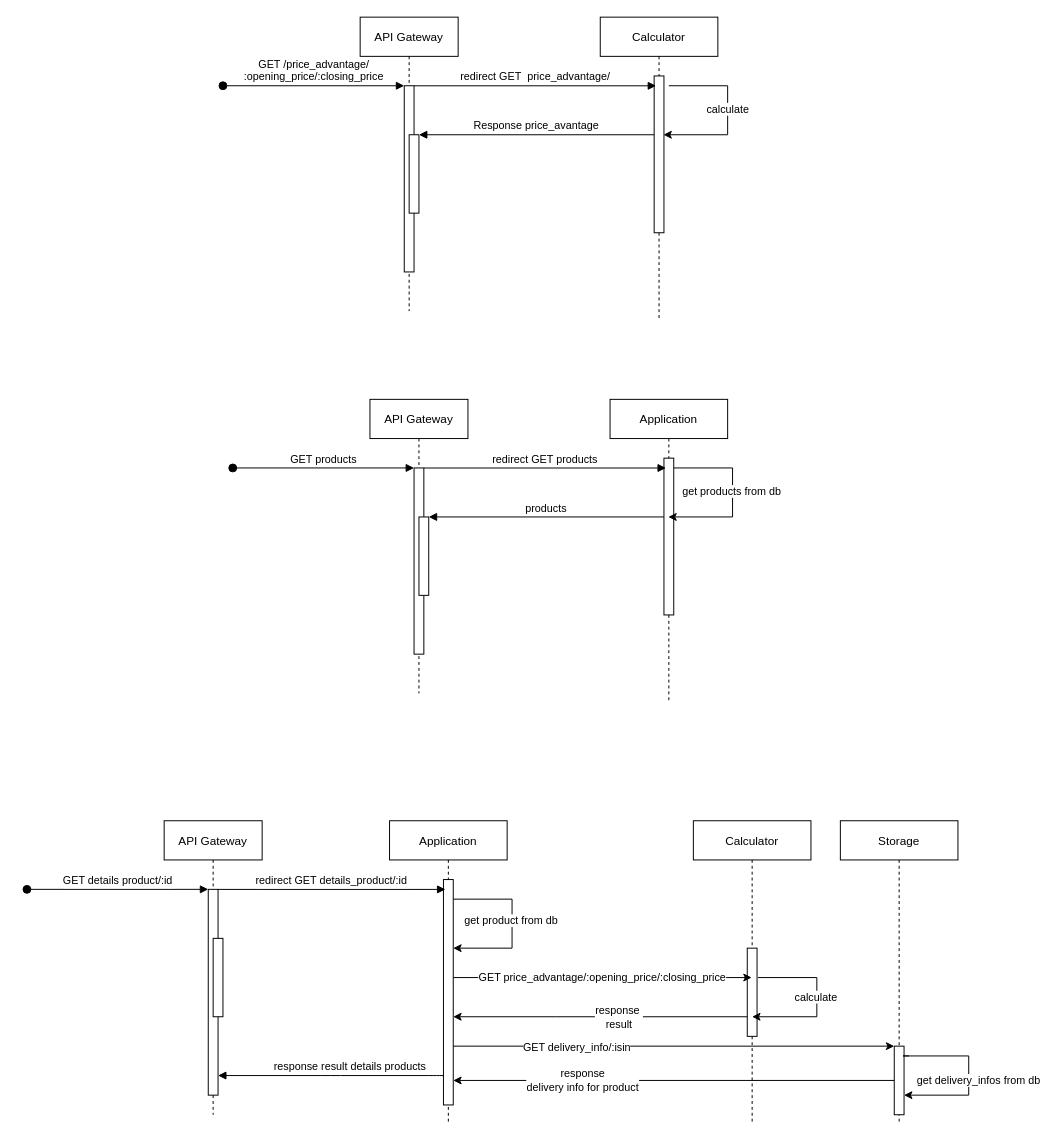
The draw.io diagram kbe_sequence_diagram.drawio in KBE-Project/diagrams, before the edit. Source tidied: cells renumbered, new cells numbered last; positions are measured from the earlier drawing's top-left corner, leaving out a move shared by most shapes. Both pictures are drawn from the tidied source at 98%, with x=0, y=0 at pixel (26, 17).
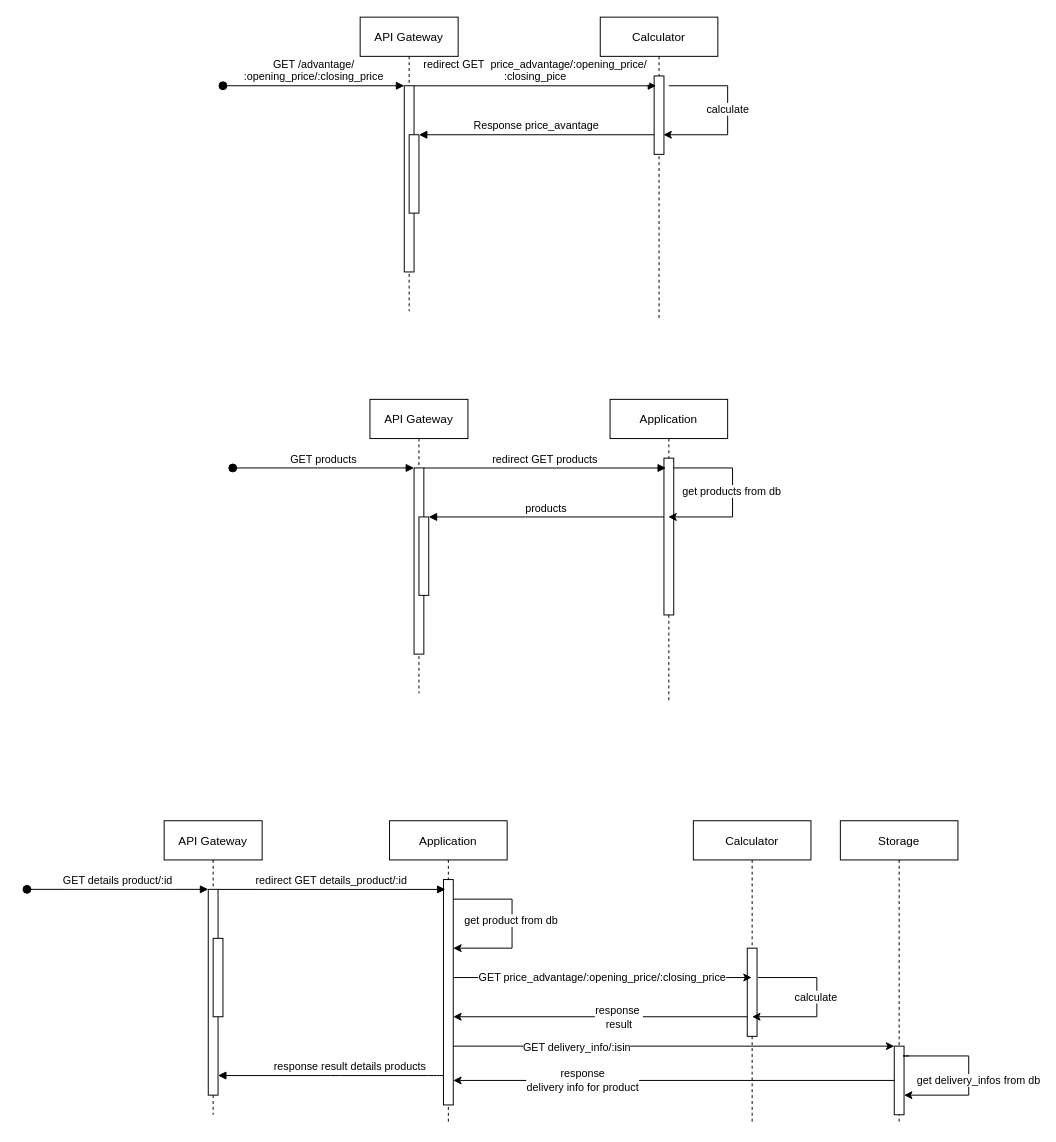
The same diagram, later.

Unchanged cells that the change refers to:
```xml
<mxCell id="2" value="API Gateway" style="shape=umlLifeline;perimeter=lifelinePerimeter;rounded=0;shadow=0;strokeWidth=1;" parent="1" vertex="1">
  <mxGeometry x="340" width="100" height="300" as="geometry" />
</mxCell>
<mxCell id="3" style="points=[];perimeter=orthogonalPerimeter;rounded=0;shadow=0;strokeWidth=1;" parent="2" vertex="1">
  <mxGeometry x="45" y="70" width="10" height="190" as="geometry" />
</mxCell>
<mxCell id="6" value="Calculator" style="shape=umlLifeline;perimeter=lifelinePerimeter;rounded=0;shadow=0;strokeWidth=1;" parent="1" vertex="1">
  <mxGeometry x="585" width="120" height="310" as="geometry" />
</mxCell>
```

Diff of the diagram source:
```diff
@@
-    <mxCell id="4" value="GET /price_advantage/&#10;:opening_price/:closing_price" style="verticalAlign=bottom;startArrow=oval;endArrow=block;startSize=8;shadow=0;strokeWidth=1;" parent="2" edge="1" target="3">
+    <mxCell id="4" value="GET /advantage/&#10;:opening_price/:closing_price" style="verticalAlign=bottom;startArrow=oval;endArrow=block;startSize=8;shadow=0;strokeWidth=1;" parent="2" edge="1" target="3">
       <mxGeometry relative="1" as="geometry">
         <mxPoint x="-140" y="70" as="sourcePoint" />
       </mxGeometry>
     </mxCell>
@@
     <mxCell id="7" style="points=[];perimeter=orthogonalPerimeter;rounded=0;shadow=0;strokeWidth=1;" parent="6" vertex="1">
-      <mxGeometry x="55" y="60" width="10" height="160" as="geometry" />
+      <mxGeometry x="55" y="60" width="10" height="80" as="geometry" />
     </mxCell>
@@
-    <mxCell id="10" value="redirect GET  price_advantage/" style="verticalAlign=bottom;endArrow=block;shadow=0;strokeWidth=1;entryX=0.475;entryY=0.226;entryDx=0;entryDy=0;entryPerimeter=0;" parent="1" edge="1" source="3" target="6">
+    <mxCell id="10" value="redirect GET  price_advantage/:opening_price/&#10;:closing_pice" style="verticalAlign=bottom;endArrow=block;shadow=0;strokeWidth=1;entryX=0.475;entryY=0.226;entryDx=0;entryDy=0;entryPerimeter=0;" parent="1" edge="1" source="3" target="6">
       <mxGeometry relative="1" as="geometry" />
     </mxCell>
```
